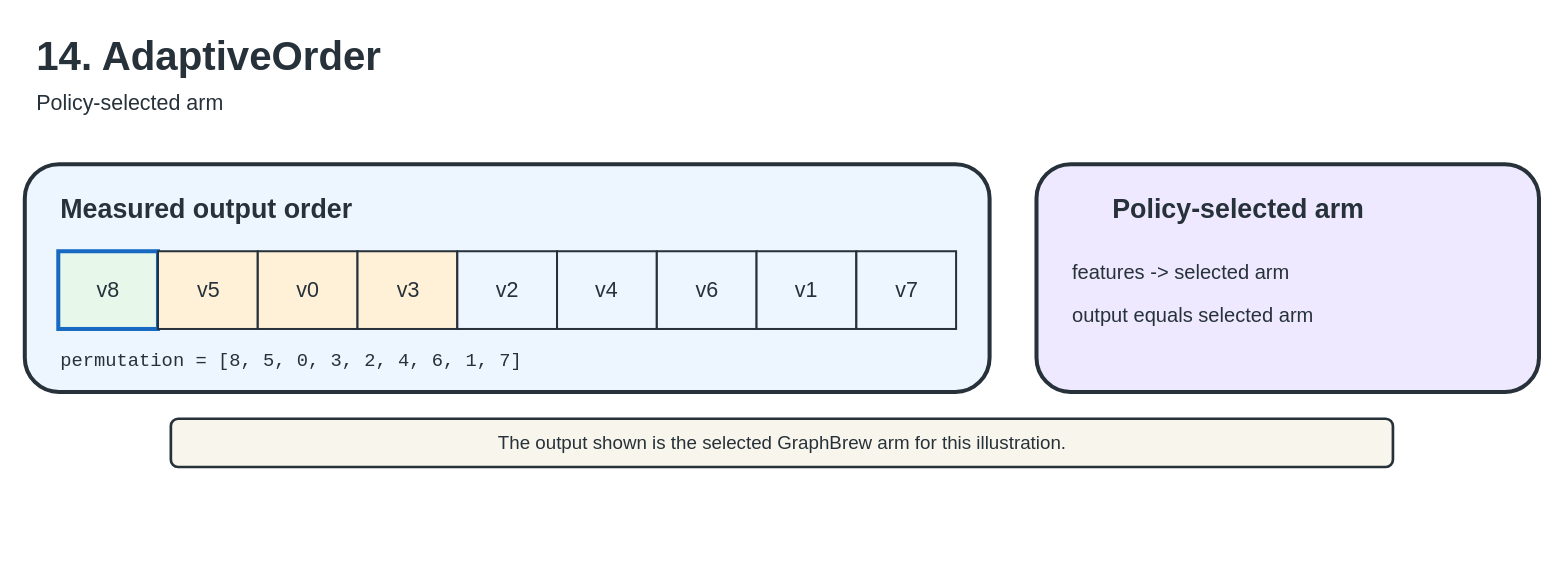
UVA-LavaLab/GraphBrew keeps this draw.io diagram as docs/figures/editable/14-adaptiveorder.drawio. Above is the earlier version. Source tidied: cells renumbered, new cells numbered last; positions are measured from the earlier drawing's top-left corner, leaving out a move shared by most shapes. Both pictures are drawn from the tidied source at 134%, with x=0, y=0 at pixel (24, 23).
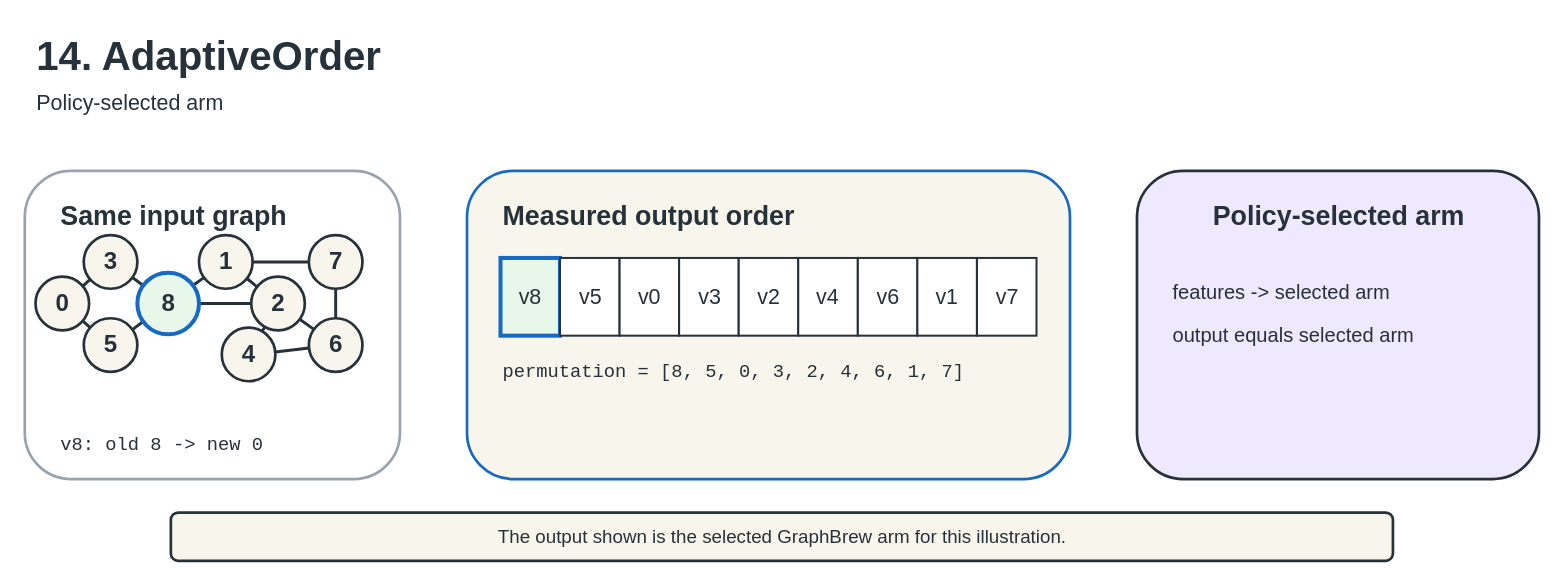
The same page after the edit.

The edit, as a diff of the source:
```diff
@@
+    <mxCell id="21" style="rounded=1;html=1;fillColor=#FFFFFF;strokeColor=#9AA3AD;strokeWidth=2;" parent="1" vertex="1">
+      <mxGeometry y="110" width="280" height="230" as="geometry" />
+    </mxCell>
-    <mxCell id="4" style="rounded=1;html=1;fillColor=#EDF5FF;strokeColor=#27313A;strokeWidth=3;" parent="1" vertex="1">
-      <mxGeometry y="105" width="720" height="170" as="geometry" />
+    <mxCell id="4" style="rounded=1;html=1;fillColor=#F8F6EC;strokeColor=#1769C2;strokeWidth=2;" parent="1" vertex="1">
+      <mxGeometry x="330" y="110" width="450" height="230" as="geometry" />
     </mxCell>
-    <mxCell id="5" style="rounded=1;html=1;fillColor=#EEE9FF;strokeColor=#27313A;strokeWidth=3;" parent="1" vertex="1">
-      <mxGeometry x="755" y="105" width="375" height="170" as="geometry" />
+    <mxCell id="5" style="rounded=1;html=1;fillColor=#EEE9FF;strokeColor=#27313A;strokeWidth=2;" parent="1" vertex="1">
+      <mxGeometry x="830" y="110" width="300" height="230" as="geometry" />
     </mxCell>
+    <mxCell id="22" value="Same input graph" style="text;html=1;strokeColor=none;fillColor=none;fontSize=20;fontStyle=1;fontColor=#27313A;" parent="1" vertex="1">
+      <mxGeometry x="25" y="125" width="220" height="35" as="geometry" />
+    </mxCell>
     <mxCell id="6" value="Measured output order" style="text;html=1;strokeColor=none;fillColor=none;fontSize=20;fontStyle=1;fontColor=#27313A;" parent="1" vertex="1">
-      <mxGeometry x="25" y="120" width="300" height="35" as="geometry" />
+      <mxGeometry x="355" y="125" width="300" height="35" as="geometry" />
     </mxCell>
     <mxCell id="7" value="Policy-selected arm" style="text;html=1;strokeColor=none;fillColor=none;fontSize=20;fontStyle=1;fontColor=#27313A;" parent="1" vertex="1">
-      <mxGeometry x="810" y="120" width="300" height="35" as="geometry" />
+      <mxGeometry x="885" y="125" width="220" height="35" as="geometry" />
     </mxCell>
     <mxCell id="8" value="The output shown is the selected GraphBrew arm for this illustration." style="rounded=1;html=1;fillColor=#F8F6EC;strokeColor=#27313A;strokeWidth=2;fontSize=14;fontColor=#27313A;align=center;" parent="1" vertex="1">
-      <mxGeometry x="109" y="295" width="912" height="36" as="geometry" />
+      <mxGeometry x="109" y="365" width="912" height="36" as="geometry" />
     </mxCell>
+    <mxCell id="23" style="endArrow=none;html=1;rounded=0;strokeColor=#27313A;strokeWidth=2.2;" parent="1" edge="1" source="35" target="38">
+      <mxGeometry relative="1" as="geometry" />
+    </mxCell>
+    <mxCell id="24" style="endArrow=none;html=1;rounded=0;strokeColor=#27313A;strokeWidth=2.2;" parent="1" edge="1" source="35" target="40">
+      <mxGeometry relative="1" as="geometry" />
+    </mxCell>
+    <mxCell id="25" style="endArrow=none;html=1;rounded=0;strokeColor=#27313A;strokeWidth=2.2;" parent="1" edge="1" source="38" target="43">
+      <mxGeometry relative="1" as="geometry" />
+    </mxCell>
+    <mxCell id="26" style="endArrow=none;html=1;rounded=0;strokeColor=#27313A;strokeWidth=2.2;" parent="1" edge="1" source="40" target="43">
+      <mxGeometry relative="1" as="geometry" />
+    </mxCell>
+    <mxCell id="27" style="endArrow=none;html=1;rounded=0;strokeColor=#27313A;strokeWidth=2.2;" parent="1" edge="1" source="43" target="36">
+      <mxGeometry relative="1" as="geometry" />
+    </mxCell>
+    <mxCell id="28" style="endArrow=none;html=1;rounded=0;strokeColor=#27313A;strokeWidth=2.2;" parent="1" edge="1" source="43" target="37">
+      <mxGeometry relative="1" as="geometry" />
+    </mxCell>
+    <mxCell id="29" style="endArrow=none;html=1;rounded=0;strokeColor=#27313A;strokeWidth=2.2;" parent="1" edge="1" source="36" target="37">
+      <mxGeometry relative="1" as="geometry" />
+    </mxCell>
+    <mxCell id="30" style="endArrow=none;html=1;rounded=0;strokeColor=#27313A;strokeWidth=2.2;" parent="1" edge="1" source="36" target="42">
+      <mxGeometry relative="1" as="geometry" />
+    </mxCell>
+    <mxCell id="31" style="endArrow=none;html=1;rounded=0;strokeColor=#27313A;strokeWidth=2.2;" parent="1" edge="1" source="37" target="39">
+      <mxGeometry relative="1" as="geometry" />
+    </mxCell>
+    <mxCell id="32" style="endArrow=none;html=1;rounded=0;strokeColor=#27313A;strokeWidth=2.2;" parent="1" edge="1" source="37" target="41">
+      <mxGeometry relative="1" as="geometry" />
+    </mxCell>
+    <mxCell id="33" style="endArrow=none;html=1;rounded=0;strokeColor=#27313A;strokeWidth=2.2;" parent="1" edge="1" source="39" target="41">
+      <mxGeometry relative="1" as="geometry" />
+    </mxCell>
+    <mxCell id="34" style="endArrow=none;html=1;rounded=0;strokeColor=#27313A;strokeWidth=2.2;" parent="1" edge="1" source="41" target="42">
+      <mxGeometry relative="1" as="geometry" />
+    </mxCell>
+    <mxCell id="35" value="0" style="ellipse;html=1;align=center;fillColor=#F8F6EC;strokeColor=#27313A;strokeWidth=2;fontSize=18;fontStyle=1;fontColor=#27313A;" parent="1" vertex="1">
+      <mxGeometry x="8" y="189" width="40" height="40" as="geometry" />
+    </mxCell>
+    <mxCell id="36" value="1" style="ellipse;html=1;align=center;fillColor=#F8F6EC;strokeColor=#27313A;strokeWidth=2;fontSize=18;fontStyle=1;fontColor=#27313A;" parent="1" vertex="1">
+      <mxGeometry x="130" y="158" width="40" height="40" as="geometry" />
+    </mxCell>
+    <mxCell id="37" value="2" style="ellipse;html=1;align=center;fillColor=#F8F6EC;strokeColor=#27313A;strokeWidth=2;fontSize=18;fontStyle=1;fontColor=#27313A;" parent="1" vertex="1">
+      <mxGeometry x="169" y="189" width="40" height="40" as="geometry" />
+    </mxCell>
+    <mxCell id="38" value="3" style="ellipse;html=1;align=center;fillColor=#F8F6EC;strokeColor=#27313A;strokeWidth=2;fontSize=18;fontStyle=1;fontColor=#27313A;" parent="1" vertex="1">
+      <mxGeometry x="44" y="158" width="40" height="40" as="geometry" />
+    </mxCell>
+    <mxCell id="39" value="4" style="ellipse;html=1;align=center;fillColor=#F8F6EC;strokeColor=#27313A;strokeWidth=2;fontSize=18;fontStyle=1;fontColor=#27313A;" parent="1" vertex="1">
+      <mxGeometry x="147" y="227" width="40" height="40" as="geometry" />
+    </mxCell>
+    <mxCell id="40" value="5" style="ellipse;html=1;align=center;fillColor=#F8F6EC;strokeColor=#27313A;strokeWidth=2;fontSize=18;fontStyle=1;fontColor=#27313A;" parent="1" vertex="1">
+      <mxGeometry x="44" y="220" width="40" height="40" as="geometry" />
+    </mxCell>
+    <mxCell id="41" value="6" style="ellipse;html=1;align=center;fillColor=#F8F6EC;strokeColor=#27313A;strokeWidth=2;fontSize=18;fontStyle=1;fontColor=#27313A;" parent="1" vertex="1">
+      <mxGeometry x="212" y="220" width="40" height="40" as="geometry" />
+    </mxCell>
+    <mxCell id="42" value="7" style="ellipse;html=1;align=center;fillColor=#F8F6EC;strokeColor=#27313A;strokeWidth=2;fontSize=18;fontStyle=1;fontColor=#27313A;" parent="1" vertex="1">
+      <mxGeometry x="212" y="158" width="40" height="40" as="geometry" />
+    </mxCell>
+    <mxCell id="43" value="8" style="ellipse;html=1;align=center;fillColor=#E7F7EA;strokeColor=#1769C2;strokeWidth=3;fontSize=18;fontStyle=1;fontColor=#27313A;" parent="1" vertex="1">
+      <mxGeometry x="84" y="186" width="46" height="46" as="geometry" />
+    </mxCell>
+    <mxCell id="44" value="v8: old 8 -&gt; new 0" style="text;html=1;strokeColor=none;fillColor=none;fontSize=14;fontFamily=Consolas;fontColor=#27313A;" parent="1" vertex="1">
+      <mxGeometry x="25" y="300" width="230" height="28" as="geometry" />
+    </mxCell>
     <mxCell id="9" value="v8" style="rounded=0;html=1;align=center;verticalAlign=middle;fillColor=#E7F7EA;strokeColor=#1769C2;strokeWidth=3;fontSize=16;fontColor=#27313A;" parent="1" vertex="1">
-      <mxGeometry x="25" y="170" width="74.4" height="58" as="geometry" />
+      <mxGeometry x="355" y="175" width="44.4" height="58" as="geometry" />
     </mxCell>
-    <mxCell id="10" value="v5" style="rounded=0;html=1;align=center;verticalAlign=middle;fillColor=#FFF0D8;strokeColor=#27313A;strokeWidth=1.5;fontSize=16;fontColor=#27313A;" parent="1" vertex="1">
-      <mxGeometry x="99.4" y="170" width="74.4" height="58" as="geometry" />
+    <mxCell id="10" value="v5" style="rounded=0;html=1;align=center;verticalAlign=middle;fillColor=#FFFFFF;strokeColor=#27313A;strokeWidth=1.5;fontSize=16;fontColor=#27313A;" parent="1" vertex="1">
+      <mxGeometry x="399.4" y="175" width="44.4" height="58" as="geometry" />
     </mxCell>
-    <mxCell id="11" value="v0" style="rounded=0;html=1;align=center;verticalAlign=middle;fillColor=#FFF0D8;strokeColor=#27313A;strokeWidth=1.5;fontSize=16;fontColor=#27313A;" parent="1" vertex="1">
-      <mxGeometry x="173.9" y="170" width="74.4" height="58" as="geometry" />
+    <mxCell id="11" value="v0" style="rounded=0;html=1;align=center;verticalAlign=middle;fillColor=#FFFFFF;strokeColor=#27313A;strokeWidth=1.5;fontSize=16;fontColor=#27313A;" parent="1" vertex="1">
+      <mxGeometry x="443.9" y="175" width="44.4" height="58" as="geometry" />
     </mxCell>
-    <mxCell id="12" value="v3" style="rounded=0;html=1;align=center;verticalAlign=middle;fillColor=#FFF0D8;strokeColor=#27313A;strokeWidth=1.5;fontSize=16;fontColor=#27313A;" parent="1" vertex="1">
-      <mxGeometry x="248.3" y="170" width="74.4" height="58" as="geometry" />
+    <mxCell id="12" value="v3" style="rounded=0;html=1;align=center;verticalAlign=middle;fillColor=#FFFFFF;strokeColor=#27313A;strokeWidth=1.5;fontSize=16;fontColor=#27313A;" parent="1" vertex="1">
+      <mxGeometry x="488.3" y="175" width="44.4" height="58" as="geometry" />
     </mxCell>
-    <mxCell id="13" value="v2" style="rounded=0;html=1;align=center;verticalAlign=middle;fillColor=#EDF5FF;strokeColor=#27313A;strokeWidth=1.5;fontSize=16;fontColor=#27313A;" parent="1" vertex="1">
-      <mxGeometry x="322.8" y="170" width="74.4" height="58" as="geometry" />
+    <mxCell id="13" value="v2" style="rounded=0;html=1;align=center;verticalAlign=middle;fillColor=#FFFFFF;strokeColor=#27313A;strokeWidth=1.5;fontSize=16;fontColor=#27313A;" parent="1" vertex="1">
+      <mxGeometry x="532.8" y="175" width="44.4" height="58" as="geometry" />
     </mxCell>
-    <mxCell id="14" value="v4" style="rounded=0;html=1;align=center;verticalAlign=middle;fillColor=#EDF5FF;strokeColor=#27313A;strokeWidth=1.5;fontSize=16;fontColor=#27313A;" parent="1" vertex="1">
-      <mxGeometry x="397.2" y="170" width="74.4" height="58" as="geometry" />
+    <mxCell id="14" value="v4" style="rounded=0;html=1;align=center;verticalAlign=middle;fillColor=#FFFFFF;strokeColor=#27313A;strokeWidth=1.5;fontSize=16;fontColor=#27313A;" parent="1" vertex="1">
+      <mxGeometry x="577.2" y="175" width="44.4" height="58" as="geometry" />
     </mxCell>
-    <mxCell id="15" value="v6" style="rounded=0;html=1;align=center;verticalAlign=middle;fillColor=#EDF5FF;strokeColor=#27313A;strokeWidth=1.5;fontSize=16;fontColor=#27313A;" parent="1" vertex="1">
-      <mxGeometry x="471.7" y="170" width="74.4" height="58" as="geometry" />
+    <mxCell id="15" value="v6" style="rounded=0;html=1;align=center;verticalAlign=middle;fillColor=#FFFFFF;strokeColor=#27313A;strokeWidth=1.5;fontSize=16;fontColor=#27313A;" parent="1" vertex="1">
+      <mxGeometry x="621.7" y="175" width="44.4" height="58" as="geometry" />
     </mxCell>
-    <mxCell id="16" value="v1" style="rounded=0;html=1;align=center;verticalAlign=middle;fillColor=#EDF5FF;strokeColor=#27313A;strokeWidth=1.5;fontSize=16;fontColor=#27313A;" parent="1" vertex="1">
-      <mxGeometry x="546.1" y="170" width="74.4" height="58" as="geometry" />
+    <mxCell id="16" value="v1" style="rounded=0;html=1;align=center;verticalAlign=middle;fillColor=#FFFFFF;strokeColor=#27313A;strokeWidth=1.5;fontSize=16;fontColor=#27313A;" parent="1" vertex="1">
+      <mxGeometry x="666.1" y="175" width="44.4" height="58" as="geometry" />
     </mxCell>
-    <mxCell id="17" value="v7" style="rounded=0;html=1;align=center;verticalAlign=middle;fillColor=#EDF5FF;strokeColor=#27313A;strokeWidth=1.5;fontSize=16;fontColor=#27313A;" parent="1" vertex="1">
-      <mxGeometry x="620.6" y="170" width="74.4" height="58" as="geometry" />
+    <mxCell id="17" value="v7" style="rounded=0;html=1;align=center;verticalAlign=middle;fillColor=#FFFFFF;strokeColor=#27313A;strokeWidth=1.5;fontSize=16;fontColor=#27313A;" parent="1" vertex="1">
+      <mxGeometry x="710.6" y="175" width="44.4" height="58" as="geometry" />
     </mxCell>
     <mxCell id="18" value="permutation = [8, 5, 0, 3, 2, 4, 6, 1, 7]" style="text;html=1;strokeColor=none;fillColor=none;fontSize=14;fontFamily=Consolas;fontColor=#27313A;" parent="1" vertex="1">
-      <mxGeometry x="25" y="237" width="670" height="28" as="geometry" />
+      <mxGeometry x="355" y="245" width="400" height="28" as="geometry" />
     </mxCell>
     <mxCell id="19" value="features -&gt; selected arm" style="text;html=1;strokeColor=none;fillColor=none;fontSize=15;fontColor=#27313A;" parent="1" vertex="1">
-      <mxGeometry x="780" y="170" width="325" height="28" as="geometry" />
+      <mxGeometry x="855" y="185" width="250" height="28" as="geometry" />
     </mxCell>
     <mxCell id="20" value="output equals selected arm" style="text;html=1;strokeColor=none;fillColor=none;fontSize=15;fontColor=#27313A;" parent="1" vertex="1">
-      <mxGeometry x="780" y="202" width="325" height="28" as="geometry" />
+      <mxGeometry x="855" y="217" width="250" height="28" as="geometry" />
     </mxCell>
```
